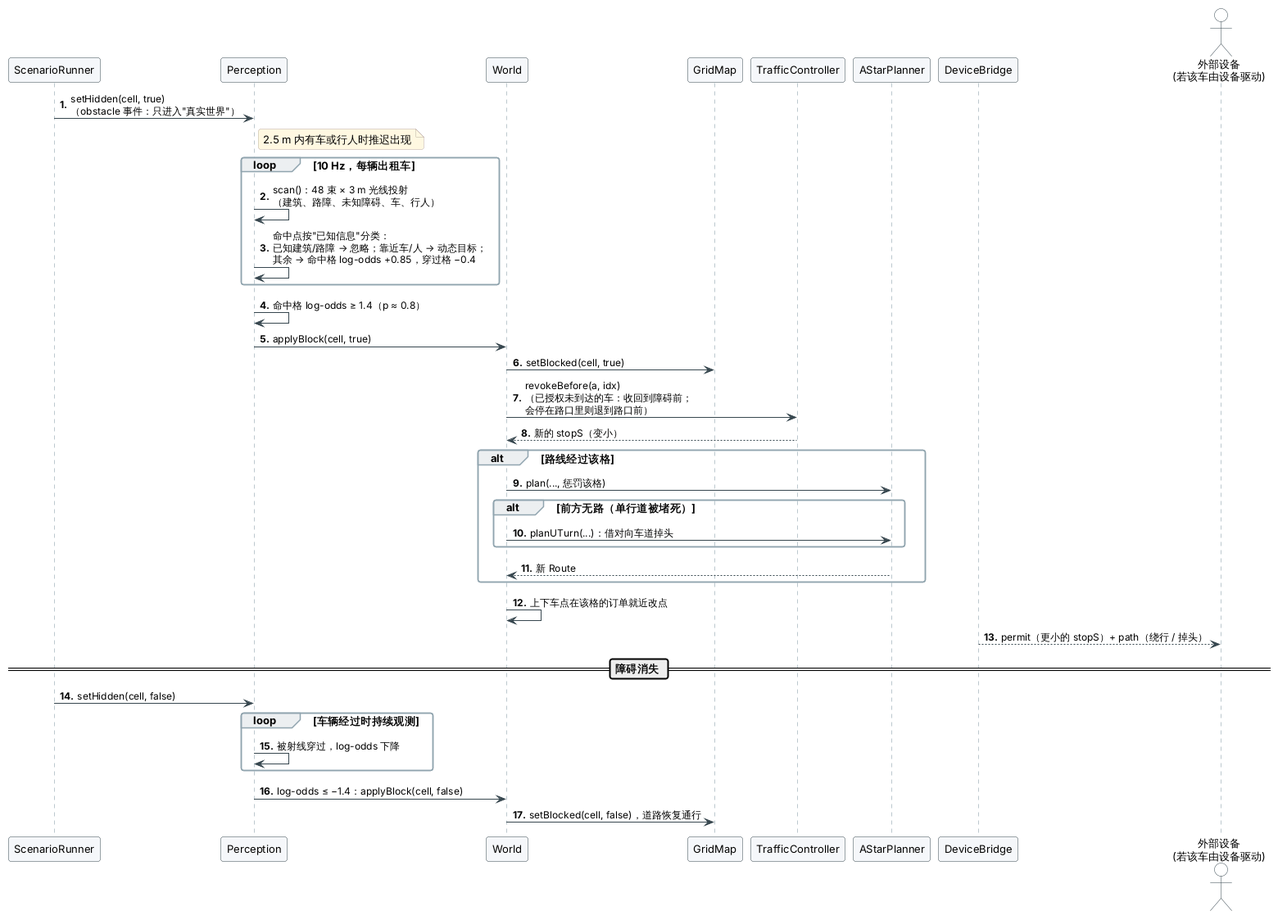
Above: docs/images/uml/seq-perception.png in fuzeliang1/ZongC (PlantUML), before the change.
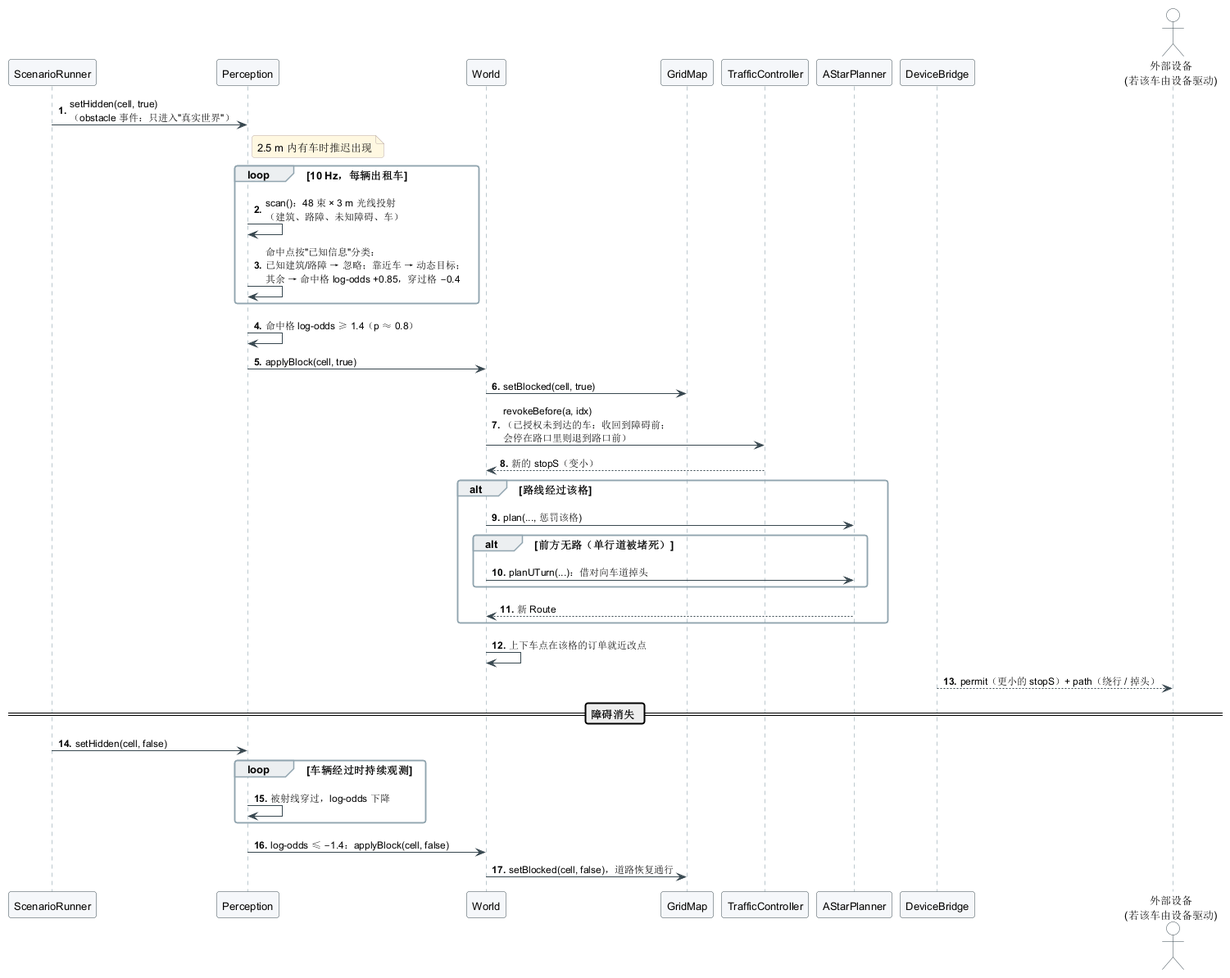
The same file after the commit.

What changed in the source:
```diff
@@ -12,11 +12,11 @@
 actor "外部设备\n(若该车由设备驱动)" as Dev
 
 Scn -> P : setHidden(cell, true)\n（obstacle 事件：只进入"真实世界"）
-note right of P : 2.5 m 内有车或行人时推迟出现
+note right of P : 2.5 m 内有车时推迟出现
 
 loop 10 Hz，每辆出租车
-  P -> P : scan()：48 束 × 3 m 光线投射\n（建筑、路障、未知障碍、车、行人）
-  P -> P : 命中点按"已知信息"分类：\n已知建筑/路障 → 忽略；靠近车/人 → 动态目标；\n其余 → 命中格 log-odds +0.85，穿过格 −0.4
+  P -> P : scan()：48 束 × 3 m 光线投射\n（建筑、路障、未知障碍、车）
+  P -> P : 命中点按"已知信息"分类：\n已知建筑/路障 → 忽略；靠近车 → 动态目标；\n其余 → 命中格 log-odds +0.85，穿过格 −0.4
 end
 
 P -> P : 命中格 log-odds ≥ 1.4（p ≈ 0.8）
```
